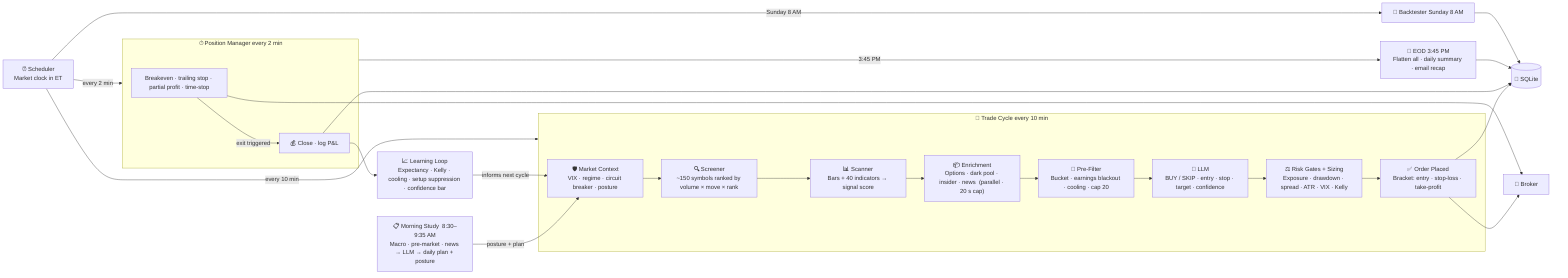
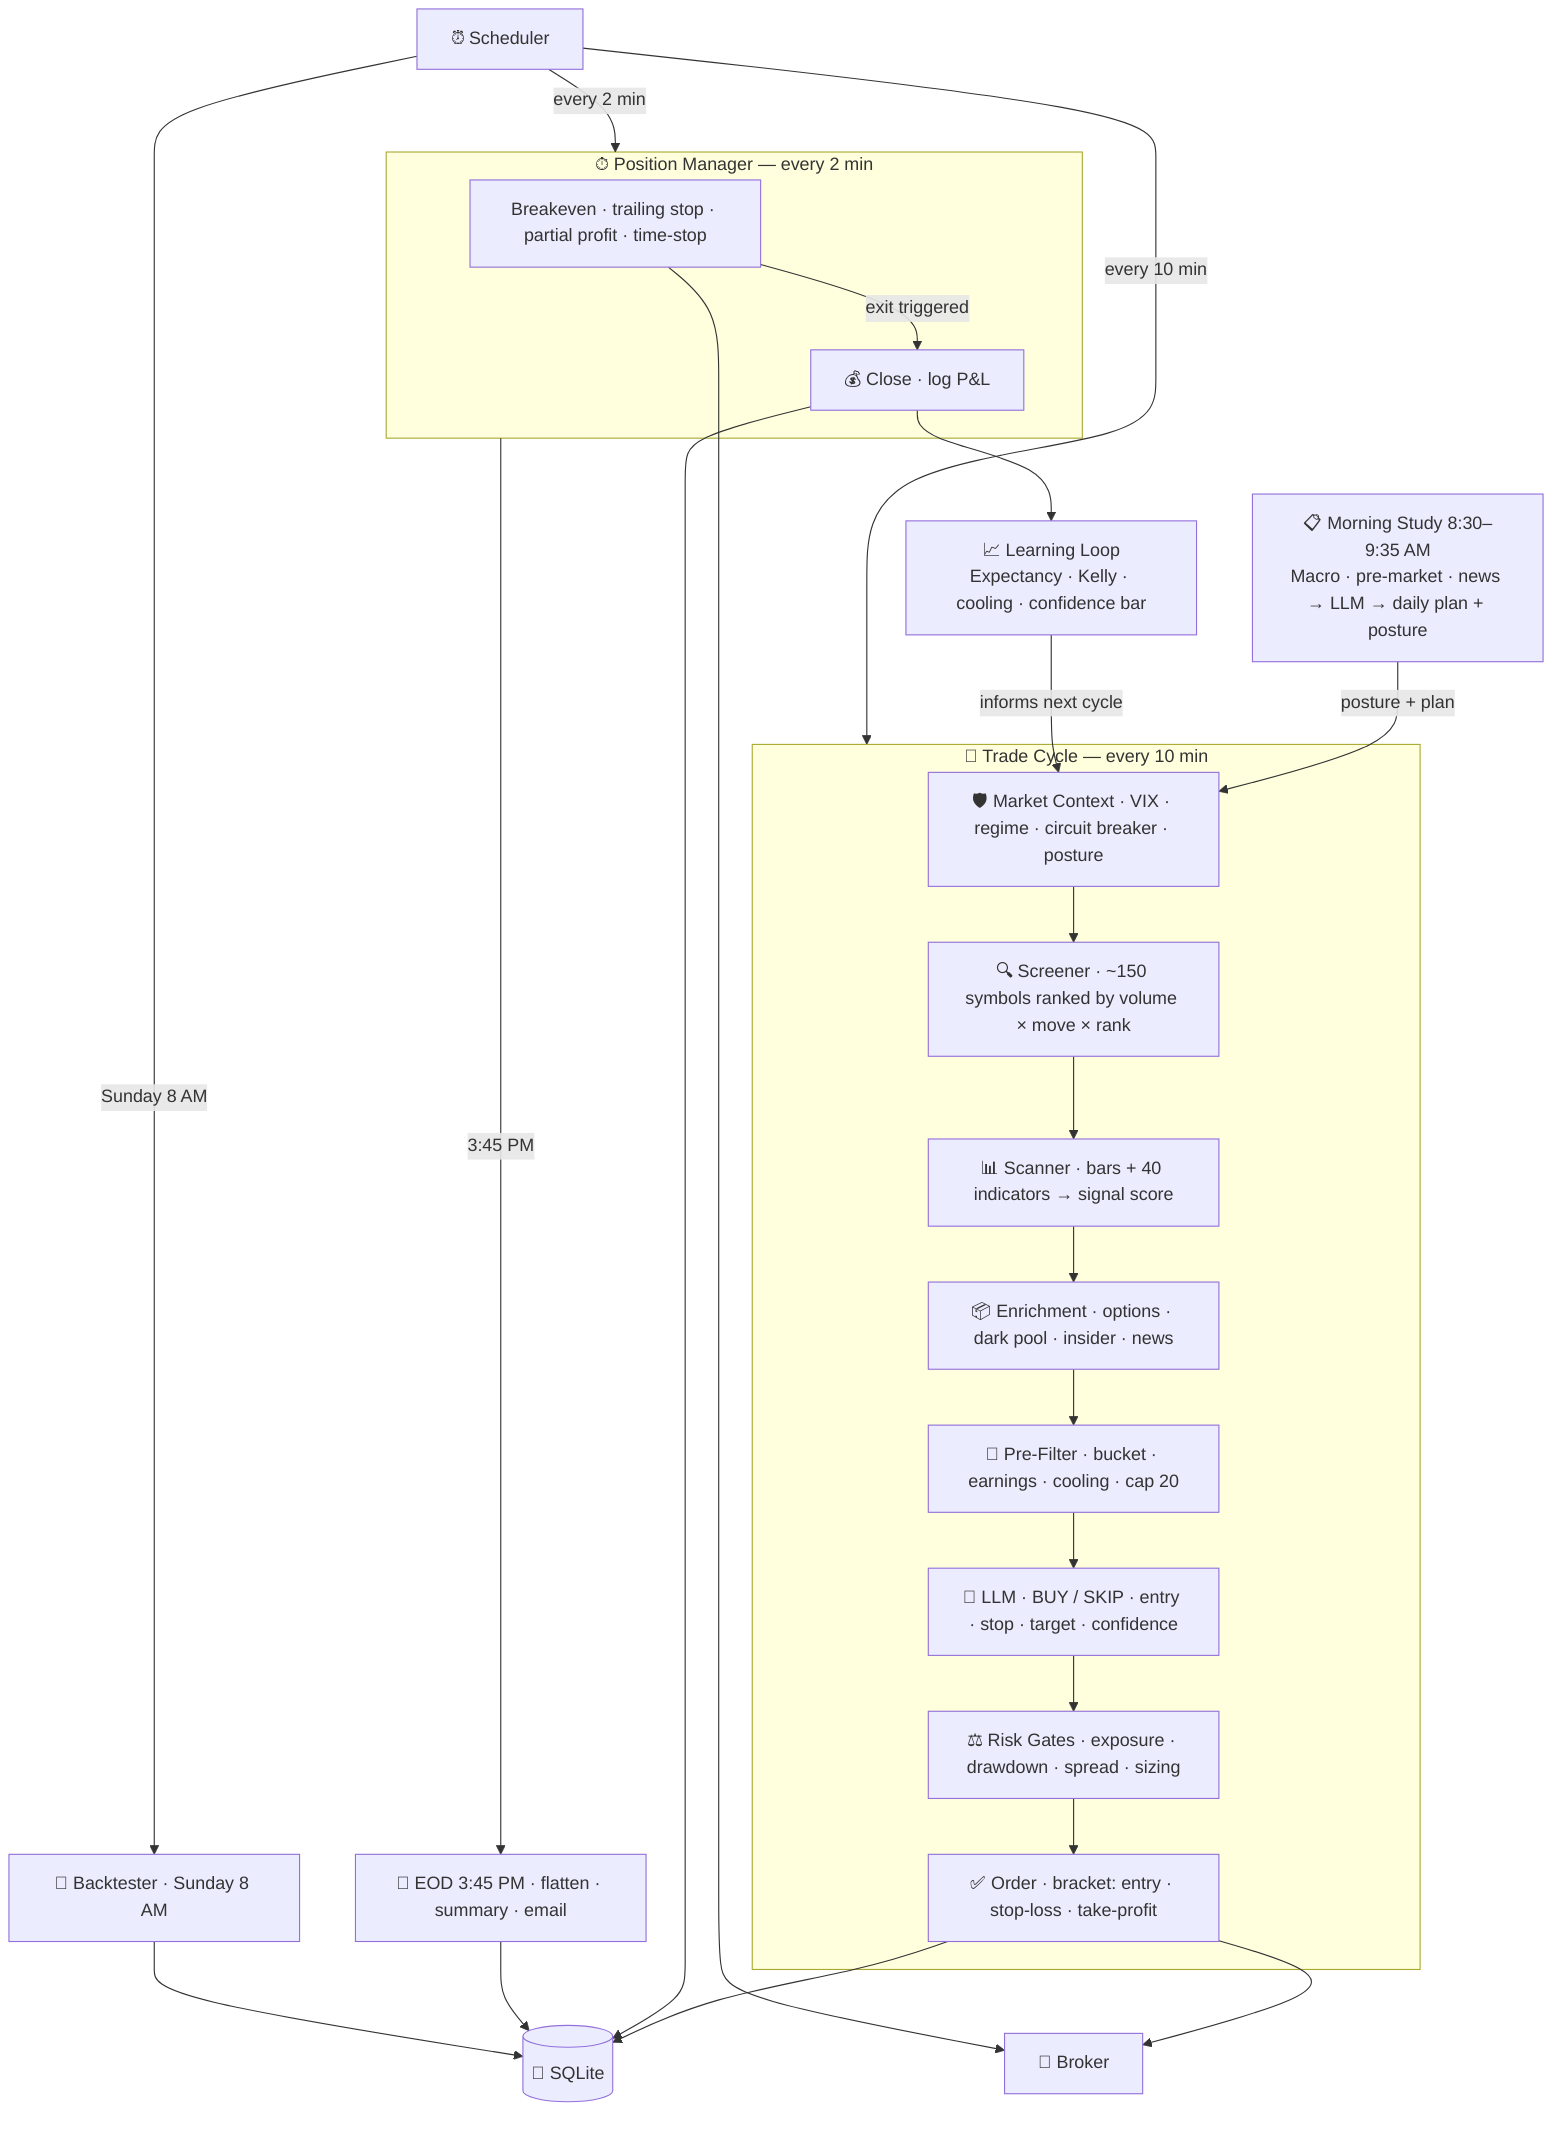
- flowchart LR
+ flowchart TD

-   SCHED["⏰ Scheduler\nMarket clock in ET"]
+   SCHED["⏰ Scheduler"]
+   MORNING["📋 Morning Study 8:30–9:35 AM\nMacro · pre-market · news → LLM → daily plan + posture"]
+   BACKTEST["🔬 Backtester · Sunday 8 AM"]
+   DB[("💾 SQLite")]
+   BROKER["🏦 Broker"]
+   EOD["🏁 EOD 3:45 PM · flatten · summary · email"]
+   LEARN["📈 Learning Loop\nExpectancy · Kelly · cooling · confidence bar"]

-   MORNING["📋 Morning Study  8:30–9:35 AM\nMacro · pre-market · news → LLM → daily plan + posture"]
- 
-   subgraph CYCLE["🔄 Trade Cycle  every 10 min"]
-     GUARD["🛡️ Market Context\nVIX · regime · circuit breaker · posture"]
-     SCREEN["🔍 Screener\n~150 symbols ranked by volume × move × rank"]
-     SCAN["📊 Scanner\nBars + 40 indicators → signal score"]
-     ENRICH["📦 Enrichment\nOptions · dark pool · insider · news  (parallel · 20 s cap)"]
-     PREFILTER["🔎 Pre-Filter\nBucket · earnings blackout · cooling · cap 20"]
-     AI["🤖 LLM\nBUY / SKIP · entry · stop · target · confidence"]
-     RISK["⚖️ Risk Gates + Sizing\nExposure · drawdown · spread · ATR · VIX · Kelly"]
-     ORDER["✅ Order Placed\nBracket: entry · stop-loss · take-profit"]
+   subgraph CYCLE["🔄 Trade Cycle — every 10 min"]
+     GUARD["🛡️ Market Context · VIX · regime · circuit breaker · posture"]
+     SCREEN["🔍 Screener · ~150 symbols ranked by volume × move × rank"]
+     SCAN["📊 Scanner · bars + 40 indicators → signal score"]
+     ENRICH["📦 Enrichment · options · dark pool · insider · news"]
+     PREFILTER["🔎 Pre-Filter · bucket · earnings · cooling · cap 20"]
+     AI["🤖 LLM · BUY / SKIP · entry · stop · target · confidence"]
+     RISK["⚖️ Risk Gates · exposure · drawdown · spread · sizing"]
+     ORDER["✅ Order · bracket: entry · stop-loss · take-profit"]
    GUARD --> SCREEN --> SCAN --> ENRICH --> PREFILTER --> AI --> RISK --> ORDER
  end

-   subgraph PM["⏱ Position Manager  every 2 min"]
+   subgraph PM["⏱ Position Manager — every 2 min"]
    MONITOR["Breakeven · trailing stop · partial profit · time-stop"]
    CLOSE["💰 Close · log P&L"]
    MONITOR -->|"exit triggered"| CLOSE
  end
- 
-   LEARN["📈 Learning Loop\nExpectancy · Kelly · cooling · setup suppression · confidence bar"]
-   EOD["🏁 EOD 3:45 PM\nFlatten all · daily summary · email recap"]
- 
-   DB[("💾 SQLite")]
-   BROKER["🏦 Broker"]
-   BACKTEST["🔬 Backtester  Sunday 8 AM"]

  SCHED -->|"every 10 min"| CYCLE
  SCHED -->|"every 2 min"| PM
  SCHED -->|"Sunday 8 AM"| BACKTEST
  MORNING -->|"posture + plan"| GUARD
  ORDER --> BROKER
  ORDER --> DB
  MONITOR --> BROKER
  CLOSE --> DB
  CLOSE --> LEARN
  LEARN -->|"informs next cycle"| GUARD
  PM -->|"3:45 PM"| EOD
  EOD --> DB
  BACKTEST --> DB
